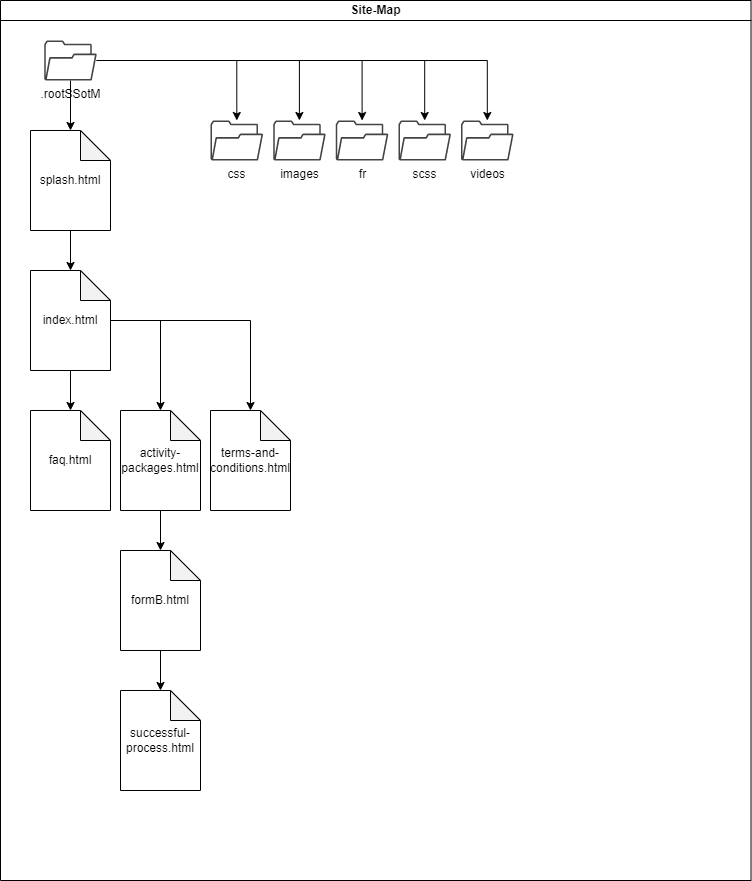
Before: SiteMap.drawio.png, a diagram exported from draw.io (RamiChaouki/SSotM). Source tidied: cells renumbered, new cells last; positions are measured from the earlier drawing's top-left corner, leaving out a move shared by most shapes.
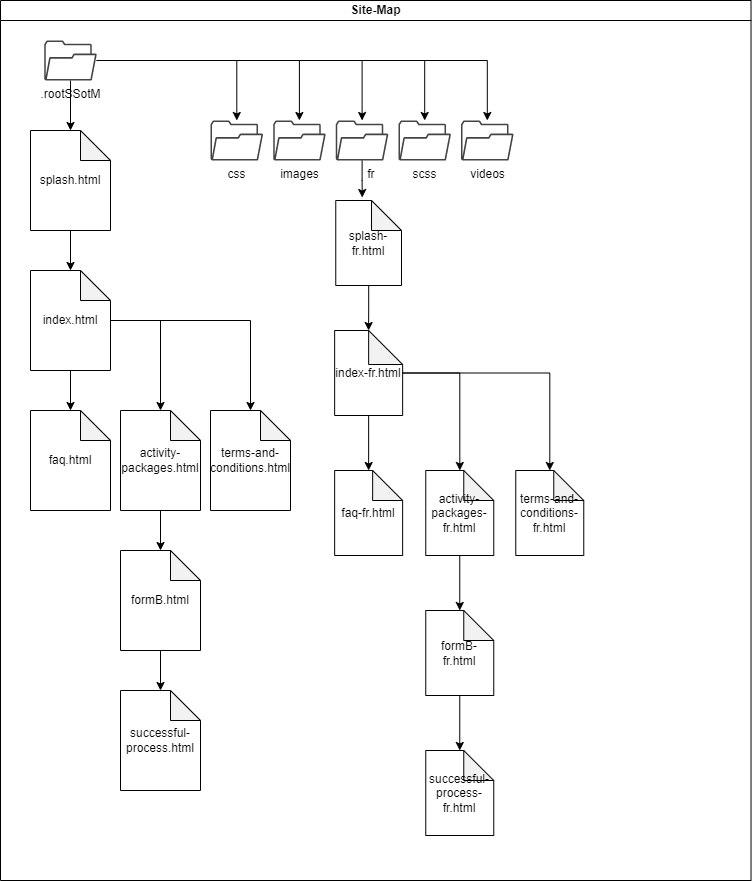
The same file after the commit.

Change to the diagram source:
```diff
@@ -65,7 +65,10 @@
     <mxCell id="22" style="edgeStyle=orthogonalEdgeStyle;rounded=0;jettySize=auto;html=1;" parent="2" edge="1" source="17" target="23">
       <mxGeometry relative="1" as="geometry" />
     </mxCell>
+    <mxCell id="28" style="edgeStyle=orthogonalEdgeStyle;rounded=0;jettySize=auto;html=1;entryX=0.403;entryY=-0.035;entryDx=0;entryDy=0;entryPerimeter=0;" parent="2" edge="1" source="23" target="29">
+      <mxGeometry relative="1" as="geometry" />
+    </mxCell>
-    <mxCell id="23" value="fr" style="sketch=0;shadow=0;dashed=0;html=1;strokeColor=none;fillColor=#434445;labelPosition=center;verticalLabelPosition=bottom;verticalAlign=top;align=center;outlineConnect=0;shape=mxgraph.vvd.folder;" parent="2" vertex="1">
+    <mxCell id="23" value="&amp;nbsp; &amp;nbsp; &amp;nbsp;fr" style="sketch=0;shadow=0;dashed=0;html=1;strokeColor=none;fillColor=#434445;labelPosition=center;verticalLabelPosition=bottom;verticalAlign=top;align=center;outlineConnect=0;shape=mxgraph.vvd.folder;" parent="2" vertex="1">
       <mxGeometry x="335.3" y="120" width="52.6" height="40" as="geometry" />
     </mxCell>
     <mxCell id="24" style="edgeStyle=orthogonalEdgeStyle;rounded=0;jettySize=auto;html=1;" parent="2" edge="1" source="17" target="25">
@@ -80,5 +83,44 @@
     <mxCell id="27" value="videos" style="sketch=0;shadow=0;dashed=0;html=1;strokeColor=none;fillColor=#434445;labelPosition=center;verticalLabelPosition=bottom;verticalAlign=top;align=center;outlineConnect=0;shape=mxgraph.vvd.folder;" parent="2" vertex="1">
       <mxGeometry x="460.5" y="120" width="52.6" height="40" as="geometry" />
     </mxCell>
+    <mxCell id="29" value="splash-fr.html" style="shape=note;whiteSpace=wrap;html=1;backgroundOutline=1;darkOpacity=0.05;" parent="2" vertex="1">
+      <mxGeometry x="335.3" y="200" width="65.8" height="85" as="geometry" />
+    </mxCell>
+    <mxCell id="30" style="edgeStyle=orthogonalEdgeStyle;rounded=0;jettySize=auto;html=1;" parent="2" edge="1" source="29" target="31">
+      <mxGeometry relative="1" as="geometry" />
+    </mxCell>
+    <mxCell id="31" value="index-fr.html" style="shape=note;whiteSpace=wrap;html=1;backgroundOutline=1;darkOpacity=0.05;size=34;" parent="2" vertex="1">
+      <mxGeometry x="334.1" y="330" width="68" height="85" as="geometry" />
+    </mxCell>
+    <mxCell id="32" style="edgeStyle=orthogonalEdgeStyle;rounded=0;jettySize=auto;html=1;" parent="2" edge="1" source="31" target="33">
+      <mxGeometry relative="1" as="geometry" />
+    </mxCell>
+    <mxCell id="33" value="faq-fr.html" style="shape=note;whiteSpace=wrap;html=1;backgroundOutline=1;darkOpacity=0.05;" parent="2" vertex="1">
+      <mxGeometry x="334.1" y="470" width="68" height="85" as="geometry" />
+    </mxCell>
+    <mxCell id="34" style="edgeStyle=orthogonalEdgeStyle;rounded=0;jettySize=auto;html=1;" parent="2" edge="1" source="31" target="35">
+      <mxGeometry relative="1" as="geometry" />
+    </mxCell>
+    <mxCell id="35" value="activity-packages-fr.html" style="shape=note;whiteSpace=wrap;html=1;backgroundOutline=1;darkOpacity=0.05;" parent="2" vertex="1">
+      <mxGeometry x="425.3" y="470" width="68" height="85" as="geometry" />
+    </mxCell>
+    <mxCell id="36" style="edgeStyle=orthogonalEdgeStyle;rounded=0;jettySize=auto;html=1;" parent="2" edge="1" source="31" target="37">
+      <mxGeometry relative="1" as="geometry" />
+    </mxCell>
+    <mxCell id="37" value="terms-and-conditions-fr.html" style="shape=note;whiteSpace=wrap;html=1;backgroundOutline=1;darkOpacity=0.05;" parent="2" vertex="1">
+      <mxGeometry x="515.3" y="470" width="68" height="85" as="geometry" />
+    </mxCell>
+    <mxCell id="38" style="edgeStyle=orthogonalEdgeStyle;rounded=0;jettySize=auto;html=1;" parent="2" edge="1" source="35" target="39">
+      <mxGeometry relative="1" as="geometry" />
+    </mxCell>
+    <mxCell id="39" value="formB-fr.html" style="shape=note;whiteSpace=wrap;html=1;backgroundOutline=1;darkOpacity=0.05;" parent="2" vertex="1">
+      <mxGeometry x="425.3" y="610" width="68" height="85" as="geometry" />
+    </mxCell>
+    <mxCell id="40" style="edgeStyle=orthogonalEdgeStyle;rounded=0;jettySize=auto;html=1;" parent="2" edge="1" source="39" target="41">
+      <mxGeometry relative="1" as="geometry" />
+    </mxCell>
+    <mxCell id="41" value="successful-process-fr.html" style="shape=note;whiteSpace=wrap;html=1;backgroundOutline=1;darkOpacity=0.05;" parent="2" vertex="1">
+      <mxGeometry x="425.3" y="750" width="68" height="85" as="geometry" />
+    </mxCell>
   </root>
 </mxGraphModel>
```
